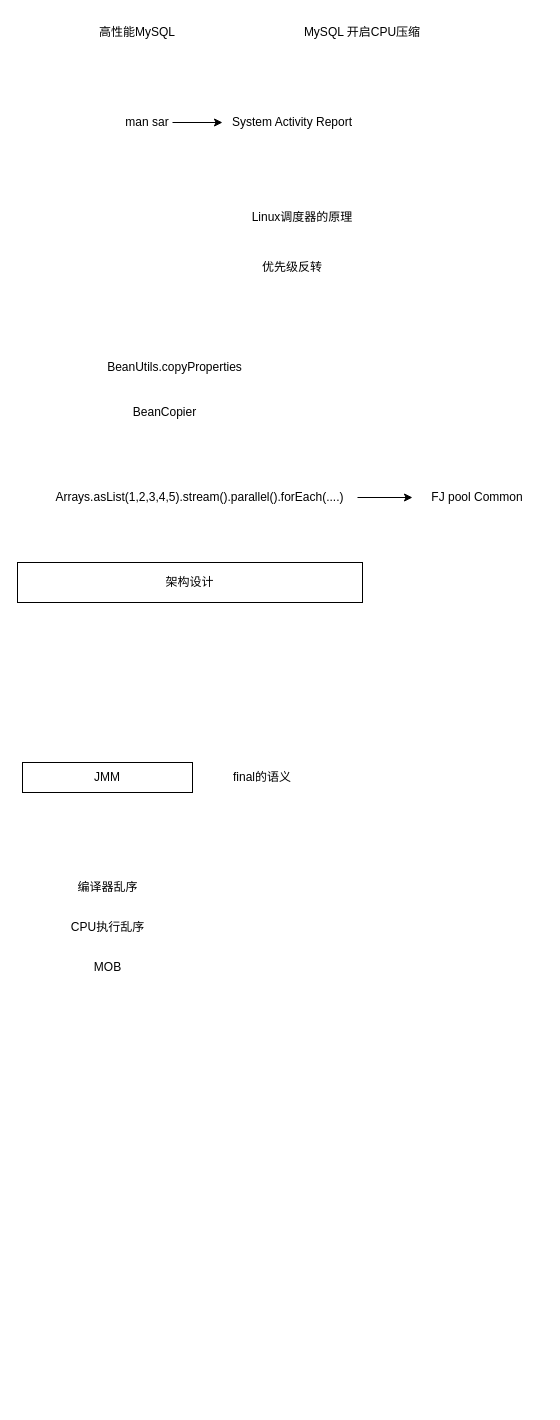
Above: Trick.drawio in haoboliu66/Diagram (draw.io), before the change. Source tidied: cells renumbered, new cells numbered last; positions are measured from the earlier drawing's top-left corner, leaving out a move shared by most shapes. Both pictures are drawn from the tidied source at 100%, with x=0, y=0 at pixel (17, 17).
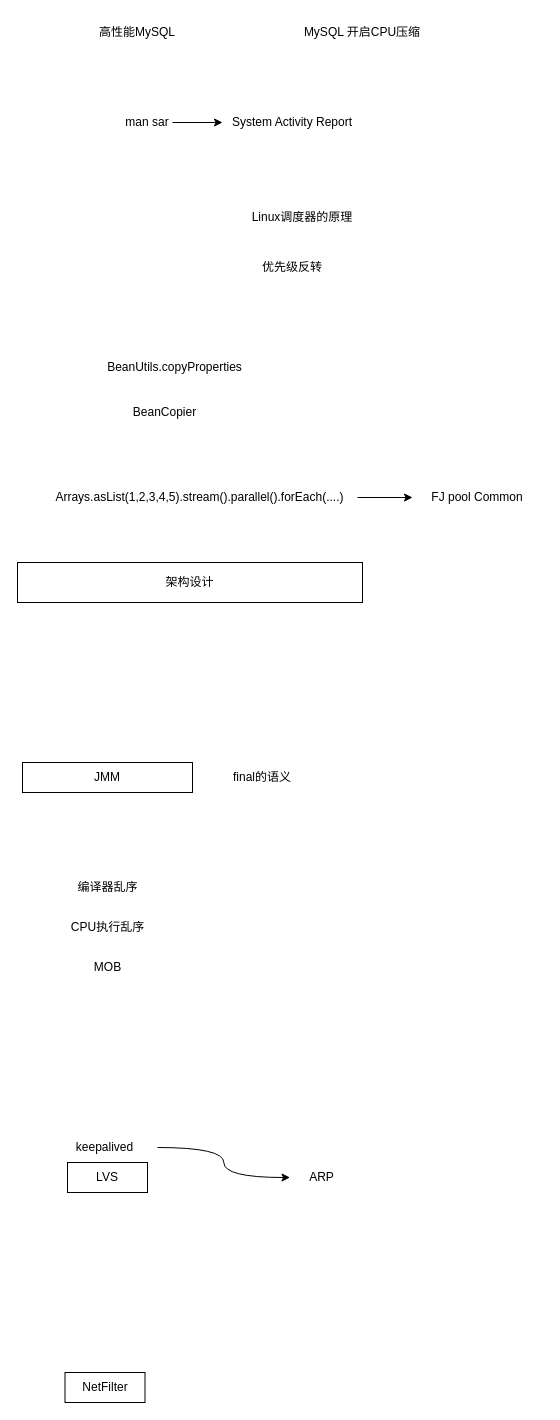
The same page after the edit.

Diff of the diagram source:
```diff
@@
+    <mxCell id="20" value="LVS" style="rounded=0;whiteSpace=wrap;html=1;" parent="1" vertex="1">
+      <mxGeometry x="50" y="1145" width="80" height="30" as="geometry" />
+    </mxCell>
+    <mxCell id="21" style="edgeStyle=orthogonalEdgeStyle;rounded=0;jettySize=auto;html=1;curved=1;" parent="1" edge="1" source="22" target="23">
+      <mxGeometry relative="1" as="geometry" />
+    </mxCell>
+    <mxCell id="22" value="keepalived" style="text;html=1;strokeColor=none;fillColor=none;align=center;verticalAlign=middle;whiteSpace=wrap;rounded=0;" parent="1" vertex="1">
+      <mxGeometry x="35" y="1115" width="105" height="30" as="geometry" />
+    </mxCell>
+    <mxCell id="23" value="ARP" style="text;html=1;strokeColor=none;fillColor=none;align=center;verticalAlign=middle;whiteSpace=wrap;rounded=0;" parent="1" vertex="1">
+      <mxGeometry x="272.5" y="1145" width="62.5" height="30" as="geometry" />
+    </mxCell>
+    <mxCell id="24" value="NetFilter" style="rounded=0;whiteSpace=wrap;html=1;" parent="1" vertex="1">
+      <mxGeometry x="47.5" y="1355" width="80" height="30" as="geometry" />
+    </mxCell>
```
